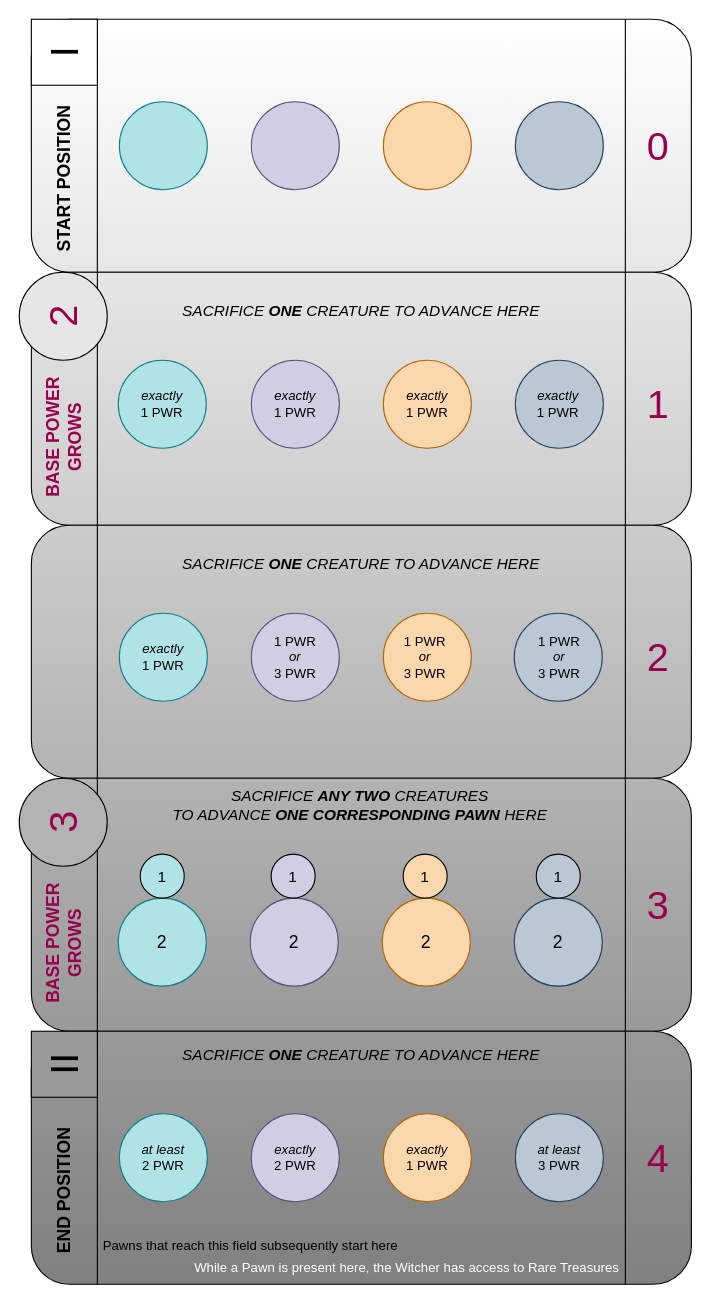
Before: AltarSkirmish.drawio in eldritch-bender/OPMech, a draw.io diagram. Source tidied: cells renumbered, new cells numbered last; positions are measured from the earlier drawing's top-left corner, leaving out a move shared by most shapes. Both pictures are drawn from the tidied source at 110%, with x=0, y=0 at pixel (19, 19).
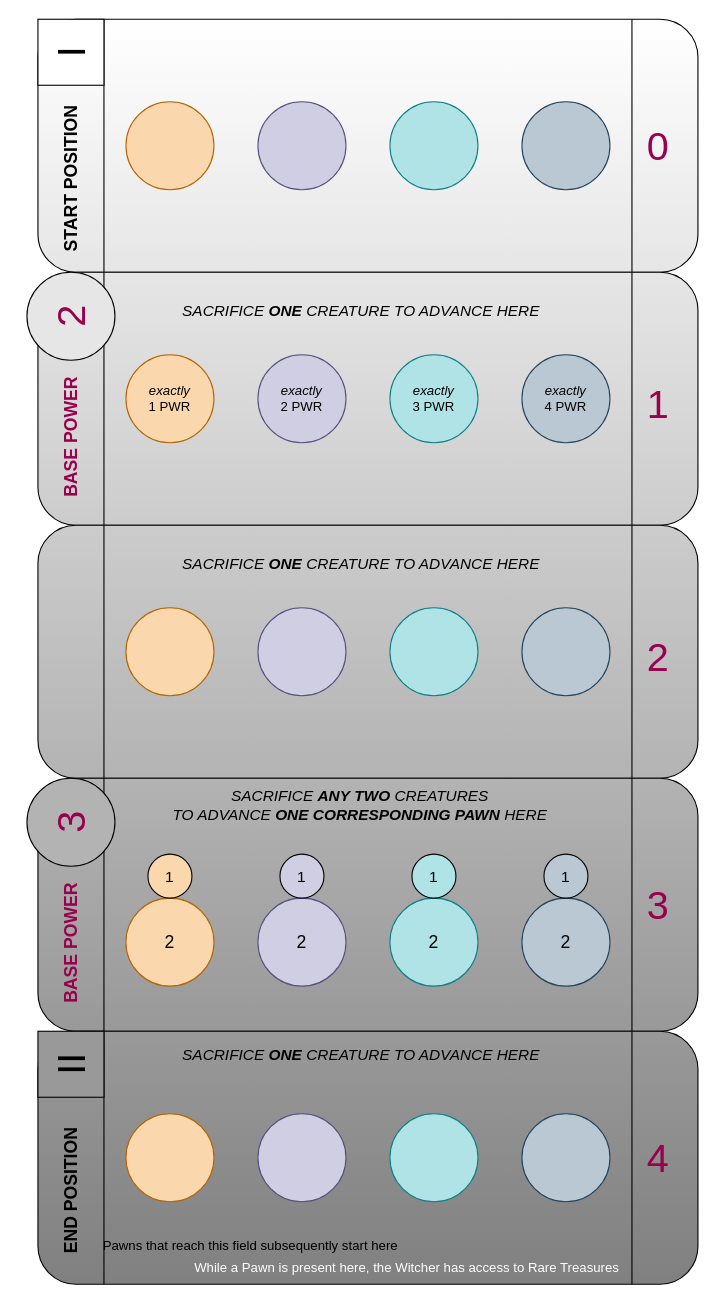
Above is the later version.

Change to the diagram source:
```diff
@@
     <mxCell id="2" style="shape=process;whiteSpace=wrap;html=1;backgroundOutline=1;rounded=1;gradientColor=#E6E6E6;fillColor=#FFFFFF;strokeColor=default;" parent="1" vertex="1">
-      <mxGeometry x="11" width="600" height="230" as="geometry" />
+      <mxGeometry x="17" width="600" height="230" as="geometry" />
     </mxCell>
+    <mxCell id="7" style="shape=process;whiteSpace=wrap;html=1;backgroundOutline=1;rounded=1;gradientColor=#CCCCCC;fillColor=#E6E6E6;strokeColor=default;" parent="1" vertex="1">
+      <mxGeometry x="17" y="230" width="600" height="230" as="geometry" />
+    </mxCell>
+    <mxCell id="12" style="shape=process;whiteSpace=wrap;html=1;backgroundOutline=1;rounded=1;fillColor=#CCCCCC;gradientColor=#B3B3B3;strokeColor=default;" parent="1" vertex="1">
+      <mxGeometry x="17" y="460" width="600" height="230" as="geometry" />
+    </mxCell>
+    <mxCell id="17" style="shape=process;whiteSpace=wrap;html=1;backgroundOutline=1;fillColor=#B3B3B3;strokeColor=default;rounded=1;gradientColor=#999999;" parent="1" vertex="1">
+      <mxGeometry x="17" y="690" width="600" height="230" as="geometry" />
+    </mxCell>
+    <mxCell id="25" style="shape=process;whiteSpace=wrap;html=1;backgroundOutline=1;rounded=1;fillColor=#999999;gradientColor=#808080;strokeColor=default;" parent="1" vertex="1">
+      <mxGeometry x="17" y="920" width="600" height="230" as="geometry" />
+    </mxCell>
+    <mxCell id="27" style="ellipse;whiteSpace=wrap;html=1;fillColor=#d0cee2;strokeColor=#56517e;rounded=1;" parent="1" vertex="1">
+      <mxGeometry x="217" y="995" width="80" height="80" as="geometry" />
+    </mxCell>
+    <mxCell id="22" value="&lt;font style=&quot;font-size: 16px&quot;&gt;2&lt;/font&gt;" style="ellipse;whiteSpace=wrap;html=1;fillColor=#d0cee2;strokeColor=#56517e;rounded=1;" parent="1" vertex="1">
+      <mxGeometry x="217" y="799" width="80" height="80" as="geometry" />
+    </mxCell>
+    <mxCell id="33" value="&lt;font style=&quot;font-size: 14px&quot;&gt;1&lt;/font&gt;" style="ellipse;whiteSpace=wrap;html=1;fontSize=16;fillColor=#D0CEE2;" parent="1" vertex="1">
+      <mxGeometry x="237" y="759" width="40" height="40" as="geometry" />
+    </mxCell>
+    <mxCell id="14" style="ellipse;whiteSpace=wrap;html=1;fillColor=#d0cee2;strokeColor=#56517e;rounded=1;" parent="1" vertex="1">
+      <mxGeometry x="217" y="535" width="80" height="80" as="geometry" />
+    </mxCell>
+    <mxCell id="9" value="&lt;i&gt;exactly&lt;/i&gt;&lt;br&gt;2 PWR" style="ellipse;whiteSpace=wrap;html=1;fillColor=#d0cee2;strokeColor=#56517e;rounded=1;" parent="1" vertex="1">
+      <mxGeometry x="217" y="305" width="80" height="80" as="geometry" />
+    </mxCell>
+    <mxCell id="4" style="ellipse;whiteSpace=wrap;html=1;fillColor=#d0cee2;strokeColor=#56517e;rounded=1;" parent="1" vertex="1">
+      <mxGeometry x="217" y="75" width="80" height="80" as="geometry" />
+    </mxCell>
     <mxCell id="3" style="ellipse;whiteSpace=wrap;html=1;fillColor=#b0e3e6;strokeColor=#0e8088;rounded=1;" parent="1" vertex="1">
-      <mxGeometry x="91" y="75" width="80" height="80" as="geometry" />
+      <mxGeometry x="337" y="75" width="80" height="80" as="geometry" />
     </mxCell>
-    <mxCell id="4" style="ellipse;whiteSpace=wrap;html=1;fillColor=#d0cee2;strokeColor=#56517e;rounded=1;" parent="1" vertex="1">
-      <mxGeometry x="211" y="75" width="80" height="80" as="geometry" />
-    </mxCell>
     <mxCell id="5" style="ellipse;whiteSpace=wrap;html=1;fillColor=#bac8d3;strokeColor=#23445d;rounded=1;" parent="1" vertex="1">
-      <mxGeometry x="451" y="75" width="80" height="80" as="geometry" />
+      <mxGeometry x="457" y="75" width="80" height="80" as="geometry" />
     </mxCell>
     <mxCell id="6" style="ellipse;whiteSpace=wrap;html=1;fillColor=#fad7ac;strokeColor=#b46504;rounded=1;" parent="1" vertex="1">
-      <mxGeometry x="331" y="75" width="80" height="80" as="geometry" />
+      <mxGeometry x="97" y="75" width="80" height="80" as="geometry" />
     </mxCell>
-    <mxCell id="7" style="shape=process;whiteSpace=wrap;html=1;backgroundOutline=1;rounded=1;gradientColor=#CCCCCC;fillColor=#E6E6E6;strokeColor=default;" parent="1" vertex="1">
-      <mxGeometry x="11" y="230" width="600" height="230" as="geometry" />
-    </mxCell>
-    <mxCell id="8" style="ellipse;whiteSpace=wrap;html=1;fillColor=#b0e3e6;strokeColor=#0e8088;rounded=1;" parent="1" vertex="1">
-      <mxGeometry x="90" y="310" width="80" height="80" as="geometry" />
+    <mxCell id="8" value="&lt;i&gt;exactly&lt;/i&gt;&lt;br&gt;3 PWR" style="ellipse;whiteSpace=wrap;html=1;fillColor=#b0e3e6;strokeColor=#0e8088;rounded=1;" parent="1" vertex="1">
+      <mxGeometry x="337" y="305" width="80" height="80" as="geometry" />
     </mxCell>
-    <mxCell id="9" style="ellipse;whiteSpace=wrap;html=1;fillColor=#d0cee2;strokeColor=#56517e;rounded=1;" parent="1" vertex="1">
-      <mxGeometry x="211" y="310" width="80" height="80" as="geometry" />
-    </mxCell>
-    <mxCell id="10" style="ellipse;whiteSpace=wrap;html=1;fillColor=#bac8d3;strokeColor=#23445d;rounded=1;" parent="1" vertex="1">
-      <mxGeometry x="451" y="310" width="80" height="80" as="geometry" />
+    <mxCell id="10" value="&lt;i&gt;exactly&lt;/i&gt;&lt;br&gt;4 PWR" style="ellipse;whiteSpace=wrap;html=1;fillColor=#bac8d3;strokeColor=#23445d;rounded=1;" parent="1" vertex="1">
+      <mxGeometry x="457" y="305" width="80" height="80" as="geometry" />
     </mxCell>
-    <mxCell id="11" style="ellipse;whiteSpace=wrap;html=1;fillColor=#fad7ac;strokeColor=#b46504;rounded=1;" parent="1" vertex="1">
-      <mxGeometry x="331" y="310" width="80" height="80" as="geometry" />
+    <mxCell id="11" value="&lt;i&gt;exactly&lt;/i&gt;&lt;br&gt;1 PWR" style="ellipse;whiteSpace=wrap;html=1;fillColor=#fad7ac;strokeColor=#b46504;rounded=1;" parent="1" vertex="1">
+      <mxGeometry x="97" y="305" width="80" height="80" as="geometry" />
     </mxCell>
-    <mxCell id="12" style="shape=process;whiteSpace=wrap;html=1;backgroundOutline=1;rounded=1;fillColor=#CCCCCC;gradientColor=#B3B3B3;strokeColor=default;" parent="1" vertex="1">
-      <mxGeometry x="11" y="460" width="600" height="230" as="geometry" />
-    </mxCell>
     <mxCell id="13" style="ellipse;whiteSpace=wrap;html=1;fillColor=#b0e3e6;strokeColor=#0e8088;rounded=1;" parent="1" vertex="1">
-      <mxGeometry x="91" y="540" width="80" height="80" as="geometry" />
+      <mxGeometry x="337" y="535" width="80" height="80" as="geometry" />
     </mxCell>
-    <mxCell id="14" style="ellipse;whiteSpace=wrap;html=1;fillColor=#d0cee2;strokeColor=#56517e;rounded=1;" parent="1" vertex="1">
-      <mxGeometry x="211" y="540" width="80" height="80" as="geometry" />
-    </mxCell>
     <mxCell id="15" style="ellipse;whiteSpace=wrap;html=1;fillColor=#bac8d3;strokeColor=#23445d;rounded=1;" parent="1" vertex="1">
-      <mxGeometry x="450" y="540" width="80" height="80" as="geometry" />
+      <mxGeometry x="457" y="535" width="80" height="80" as="geometry" />
     </mxCell>
     <mxCell id="16" style="ellipse;whiteSpace=wrap;html=1;fillColor=#fad7ac;strokeColor=#b46504;rounded=1;" parent="1" vertex="1">
-      <mxGeometry x="331" y="540" width="80" height="80" as="geometry" />
+      <mxGeometry x="97" y="535" width="80" height="80" as="geometry" />
     </mxCell>
-    <mxCell id="17" style="shape=process;whiteSpace=wrap;html=1;backgroundOutline=1;fillColor=#B3B3B3;strokeColor=default;rounded=1;gradientColor=#999999;" parent="1" vertex="1">
-      <mxGeometry x="11" y="690" width="600" height="230" as="geometry" />
-    </mxCell>
@@
-    <mxCell id="19" value="&lt;i&gt;exactly&lt;/i&gt;&lt;br&gt;1 PWR" style="text;html=1;strokeColor=none;fillColor=none;align=center;verticalAlign=middle;whiteSpace=wrap;rounded=1;" parent="1" vertex="1">
-      <mxGeometry x="101" y="565" width="60" height="30" as="geometry" />
-    </mxCell>
-    <mxCell id="20" value="1 PWR&lt;br&gt;&lt;i&gt;or&lt;/i&gt;&lt;br&gt;3 PWR" style="text;html=1;strokeColor=none;fillColor=none;align=center;verticalAlign=middle;whiteSpace=wrap;rounded=1;" parent="1" vertex="1">
-      <mxGeometry x="221" y="565" width="60" height="30" as="geometry" />
-    </mxCell>
     <mxCell id="21" value="&lt;font style=&quot;font-size: 16px&quot;&gt;2&lt;/font&gt;" style="ellipse;whiteSpace=wrap;html=1;fillColor=#b0e3e6;strokeColor=#0e8088;rounded=1;" parent="1" vertex="1">
-      <mxGeometry x="90" y="799" width="80" height="80" as="geometry" />
+      <mxGeometry x="337" y="799" width="80" height="80" as="geometry" />
     </mxCell>
-    <mxCell id="22" value="&lt;font style=&quot;font-size: 16px&quot;&gt;2&lt;/font&gt;" style="ellipse;whiteSpace=wrap;html=1;fillColor=#d0cee2;strokeColor=#56517e;rounded=1;" parent="1" vertex="1">
-      <mxGeometry x="210" y="799" width="80" height="80" as="geometry" />
-    </mxCell>
     <mxCell id="23" value="&lt;font style=&quot;font-size: 16px&quot;&gt;2&lt;/font&gt;" style="ellipse;whiteSpace=wrap;html=1;fillColor=#bac8d3;strokeColor=#23445d;rounded=1;" parent="1" vertex="1">
-      <mxGeometry x="450" y="799" width="80" height="80" as="geometry" />
+      <mxGeometry x="457" y="799" width="80" height="80" as="geometry" />
     </mxCell>
     <mxCell id="24" value="&lt;font style=&quot;font-size: 16px&quot;&gt;2&lt;/font&gt;" style="ellipse;whiteSpace=wrap;html=1;fillColor=#fad7ac;strokeColor=#b46504;rounded=1;" parent="1" vertex="1">
-      <mxGeometry x="330" y="799" width="80" height="80" as="geometry" />
+      <mxGeometry x="97" y="799" width="80" height="80" as="geometry" />
     </mxCell>
-    <mxCell id="25" style="shape=process;whiteSpace=wrap;html=1;backgroundOutline=1;rounded=1;fillColor=#999999;gradientColor=#808080;strokeColor=default;" parent="1" vertex="1">
-      <mxGeometry x="11" y="920" width="600" height="230" as="geometry" />
-    </mxCell>
     <mxCell id="26" style="ellipse;whiteSpace=wrap;html=1;fillColor=#b0e3e6;strokeColor=#0e8088;rounded=1;" parent="1" vertex="1">
-      <mxGeometry x="91" y="995" width="80" height="80" as="geometry" />
+      <mxGeometry x="337" y="995" width="80" height="80" as="geometry" />
     </mxCell>
-    <mxCell id="27" style="ellipse;whiteSpace=wrap;html=1;fillColor=#d0cee2;strokeColor=#56517e;rounded=1;" parent="1" vertex="1">
-      <mxGeometry x="211" y="995" width="80" height="80" as="geometry" />
-    </mxCell>
     <mxCell id="28" style="ellipse;whiteSpace=wrap;html=1;fillColor=#bac8d3;strokeColor=#23445d;rounded=1;" parent="1" vertex="1">
-      <mxGeometry x="451" y="995" width="80" height="80" as="geometry" />
+      <mxGeometry x="457" y="995" width="80" height="80" as="geometry" />
     </mxCell>
-    <mxCell id="29" value="&lt;i&gt;exactly&lt;/i&gt;&lt;br&gt;1 PWR" style="ellipse;whiteSpace=wrap;html=1;fillColor=#fad7ac;strokeColor=#b46504;rounded=1;" parent="1" vertex="1">
-      <mxGeometry x="331" y="995" width="80" height="80" as="geometry" />
+    <mxCell id="29" style="ellipse;whiteSpace=wrap;html=1;fillColor=#fad7ac;strokeColor=#b46504;rounded=1;" parent="1" vertex="1">
+      <mxGeometry x="97" y="995" width="80" height="80" as="geometry" />
     </mxCell>
-    <mxCell id="30" value="&lt;i&gt;at least&lt;/i&gt;&lt;br&gt;3 PWR" style="text;html=1;strokeColor=none;fillColor=none;align=center;verticalAlign=middle;whiteSpace=wrap;rounded=1;" parent="1" vertex="1">
-      <mxGeometry x="461" y="1020" width="60" height="30" as="geometry" />
-    </mxCell>
@@
     <mxCell id="32" value="&lt;font style=&quot;font-size: 14px&quot;&gt;1&lt;/font&gt;" style="ellipse;whiteSpace=wrap;html=1;fontSize=16;fillColor=#B0E3E6;" parent="1" vertex="1">
-      <mxGeometry x="110" y="759" width="40" height="40" as="geometry" />
+      <mxGeometry x="357" y="759" width="40" height="40" as="geometry" />
     </mxCell>
-    <mxCell id="33" value="&lt;font style=&quot;font-size: 14px&quot;&gt;1&lt;/font&gt;" style="ellipse;whiteSpace=wrap;html=1;fontSize=16;fillColor=#D0CEE2;" parent="1" vertex="1">
-      <mxGeometry x="229" y="759" width="40" height="40" as="geometry" />
-    </mxCell>
     <mxCell id="34" value="&lt;font style=&quot;font-size: 14px&quot;&gt;1&lt;/font&gt;" style="ellipse;whiteSpace=wrap;html=1;fontSize=16;fillColor=#FAD7AC;" parent="1" vertex="1">
-      <mxGeometry x="349" y="759" width="40" height="40" as="geometry" />
+      <mxGeometry x="117" y="759" width="40" height="40" as="geometry" />
     </mxCell>
     <mxCell id="35" value="&lt;font style=&quot;font-size: 14px&quot;&gt;1&lt;/font&gt;" style="ellipse;whiteSpace=wrap;html=1;fontSize=16;fillColor=#BAC8D3;" parent="1" vertex="1">
-      <mxGeometry x="470" y="759" width="40" height="40" as="geometry" />
+      <mxGeometry x="477" y="759" width="40" height="40" as="geometry" />
     </mxCell>
-    <mxCell id="36" value="1 PWR&lt;br&gt;&lt;i&gt;or&lt;/i&gt;&lt;br&gt;3 PWR" style="text;html=1;strokeColor=none;fillColor=none;align=center;verticalAlign=middle;whiteSpace=wrap;rounded=1;" parent="1" vertex="1">
-      <mxGeometry x="461" y="565" width="60" height="30" as="geometry" />
-    </mxCell>
@@
-    <mxCell id="38" value="&lt;i&gt;at least&lt;/i&gt;&lt;br&gt;2 PWR" style="text;html=1;strokeColor=none;fillColor=none;align=center;verticalAlign=middle;whiteSpace=wrap;rounded=1;" parent="1" vertex="1">
-      <mxGeometry x="101" y="1020" width="60" height="30" as="geometry" />
-    </mxCell>
@@
-    <mxCell id="40" value="&lt;i&gt;exactly&lt;/i&gt;&lt;br&gt;2 PWR" style="text;html=1;strokeColor=none;fillColor=none;align=center;verticalAlign=middle;whiteSpace=wrap;rounded=1;" parent="1" vertex="1">
-      <mxGeometry x="221" y="1020" width="60" height="30" as="geometry" />
-    </mxCell>
@@
-    <mxCell id="47" value="&lt;font style=&quot;font-size: 16px&quot;&gt;BASE POWER GROWS&lt;br&gt;&lt;/font&gt;" style="text;html=1;strokeColor=none;fillColor=none;align=center;verticalAlign=middle;whiteSpace=wrap;horizontal=0;fontStyle=1;rounded=0;fontColor=#99004D;" parent="1" vertex="1">
-      <mxGeometry x="11" y="760" width="60" height="160" as="geometry" />
+    <mxCell id="47" value="&lt;font style=&quot;font-size: 16px&quot;&gt;BASE POWER&lt;br&gt;&lt;/font&gt;" style="text;html=1;strokeColor=none;fillColor=none;align=center;verticalAlign=middle;whiteSpace=wrap;horizontal=0;fontStyle=1;rounded=0;fontColor=#99004D;" parent="1" vertex="1">
+      <mxGeometry x="17" y="760" width="60" height="160" as="geometry" />
     </mxCell>
     <mxCell id="48" value="&lt;font color=&quot;#99004d&quot;&gt;3&lt;/font&gt;" style="ellipse;whiteSpace=wrap;html=1;labelBackgroundColor=none;labelBorderColor=none;fontSize=36;fontColor=#000000;fillColor=#B3B3B3;gradientColor=none;verticalAlign=middle;horizontal=0;" parent="1" vertex="1">
-      <mxGeometry y="690" width="80" height="80" as="geometry" />
+      <mxGeometry x="7" y="690" width="80" height="80" as="geometry" />
     </mxCell>
     <mxCell id="49" value="&lt;font&gt;II&lt;/font&gt;" style="whiteSpace=wrap;html=1;labelBackgroundColor=none;labelBorderColor=none;fontSize=36;fontColor=#000000;fillColor=#999999;gradientColor=none;verticalAlign=middle;horizontal=0;" parent="1" vertex="1">
-      <mxGeometry x="11" y="920" width="60" height="60" as="geometry" />
+      <mxGeometry x="17" y="920" width="60" height="60" as="geometry" />
     </mxCell>
     <mxCell id="50" value="&lt;span style=&quot;font-size: 16px&quot;&gt;START POSITION&lt;/span&gt;" style="text;html=1;strokeColor=none;fillColor=none;align=center;verticalAlign=middle;whiteSpace=wrap;horizontal=0;fontStyle=1;rounded=0;fontColor=#000000;labelBackgroundColor=none;labelBorderColor=none;" parent="1" vertex="1">
-      <mxGeometry x="11" y="60" width="60" height="170" as="geometry" />
+      <mxGeometry x="17" y="60" width="60" height="170" as="geometry" />
     </mxCell>
     <mxCell id="51" value="&lt;font&gt;I&lt;/font&gt;" style="whiteSpace=wrap;html=1;labelBackgroundColor=none;labelBorderColor=none;fontSize=36;fontColor=#000000;fillColor=#FFFFFF;gradientColor=none;verticalAlign=middle;horizontal=0;" parent="1" vertex="1">
-      <mxGeometry x="11" width="60" height="60" as="geometry" />
+      <mxGeometry x="17" width="60" height="60" as="geometry" />
     </mxCell>
     <mxCell id="52" value="&lt;span style=&quot;font-size: 16px&quot;&gt;END POSITION&lt;/span&gt;" style="text;html=1;strokeColor=none;fillColor=none;align=center;verticalAlign=middle;whiteSpace=wrap;horizontal=0;fontStyle=1;rounded=0;fontColor=#000000;labelBackgroundColor=none;labelBorderColor=none;" parent="1" vertex="1">
-      <mxGeometry x="11" y="980" width="60" height="170" as="geometry" />
+      <mxGeometry x="17" y="980" width="60" height="170" as="geometry" />
     </mxCell>
@@
-    <mxCell id="54" value="&lt;font style=&quot;font-size: 16px&quot;&gt;BASE POWER GROWS&lt;br&gt;&lt;/font&gt;" style="text;html=1;strokeColor=none;fillColor=none;align=center;verticalAlign=middle;whiteSpace=wrap;horizontal=0;fontStyle=1;rounded=0;fontColor=#99004D;" parent="1" vertex="1">
-      <mxGeometry x="11" y="300" width="60" height="160" as="geometry" />
+    <mxCell id="54" value="&lt;font style=&quot;font-size: 16px&quot;&gt;BASE POWER&lt;br&gt;&lt;/font&gt;" style="text;html=1;strokeColor=none;fillColor=none;align=center;verticalAlign=middle;whiteSpace=wrap;horizontal=0;fontStyle=1;rounded=0;fontColor=#99004D;" parent="1" vertex="1">
+      <mxGeometry x="17" y="300" width="60" height="160" as="geometry" />
     </mxCell>
     <mxCell id="55" value="&lt;font color=&quot;#99004d&quot;&gt;2&lt;/font&gt;" style="ellipse;whiteSpace=wrap;html=1;labelBackgroundColor=none;labelBorderColor=none;fontSize=36;fontColor=#000000;fillColor=#E6E6E6;gradientColor=none;verticalAlign=middle;horizontal=0;" parent="1" vertex="1">
-      <mxGeometry y="230" width="80" height="80" as="geometry" />
+      <mxGeometry x="7" y="230" width="80" height="80" as="geometry" />
     </mxCell>
-    <mxCell id="56" value="1 PWR&lt;br&gt;&lt;i&gt;or&lt;/i&gt;&lt;br&gt;3 PWR" style="text;html=1;strokeColor=none;fillColor=none;align=center;verticalAlign=middle;whiteSpace=wrap;rounded=1;" parent="1" vertex="1">
-      <mxGeometry x="339" y="565" width="60" height="30" as="geometry" />
-    </mxCell>
-    <mxCell id="57" value="&lt;i&gt;exactly&lt;/i&gt;&lt;br&gt;1 PWR" style="text;html=1;strokeColor=none;fillColor=none;align=center;verticalAlign=middle;whiteSpace=wrap;rounded=1;" parent="1" vertex="1">
-      <mxGeometry x="100" y="335" width="60" height="30" as="geometry" />
-    </mxCell>
-    <mxCell id="58" value="&lt;i&gt;exactly&lt;/i&gt;&lt;br&gt;1 PWR" style="text;html=1;strokeColor=none;fillColor=none;align=center;verticalAlign=middle;whiteSpace=wrap;rounded=1;" parent="1" vertex="1">
-      <mxGeometry x="221" y="335" width="60" height="30" as="geometry" />
-    </mxCell>
-    <mxCell id="59" value="&lt;i&gt;exactly&lt;/i&gt;&lt;br&gt;1 PWR" style="text;html=1;strokeColor=none;fillColor=none;align=center;verticalAlign=middle;whiteSpace=wrap;rounded=1;" parent="1" vertex="1">
-      <mxGeometry x="341" y="335" width="60" height="30" as="geometry" />
-    </mxCell>
-    <mxCell id="60" value="&lt;i&gt;exactly&lt;/i&gt;&lt;br&gt;1 PWR" style="text;html=1;strokeColor=none;fillColor=none;align=center;verticalAlign=middle;whiteSpace=wrap;rounded=1;" parent="1" vertex="1">
-      <mxGeometry x="460" y="335" width="60" height="30" as="geometry" />
-    </mxCell>
```
